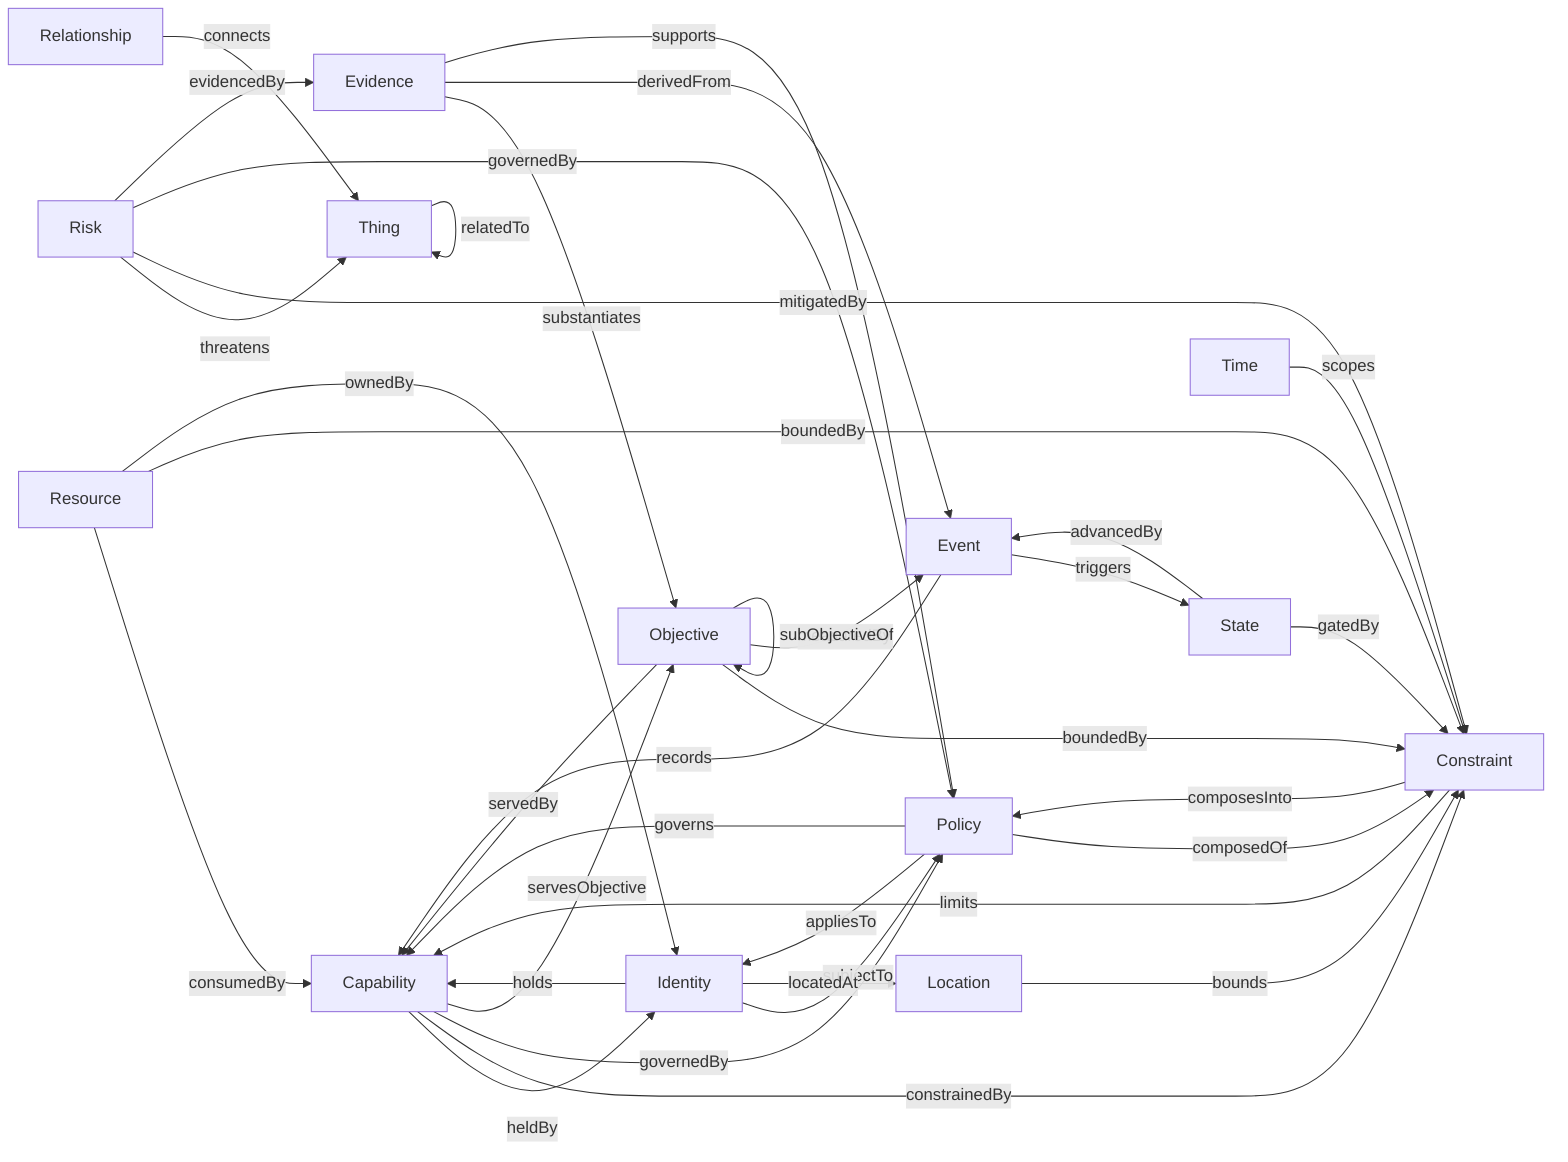
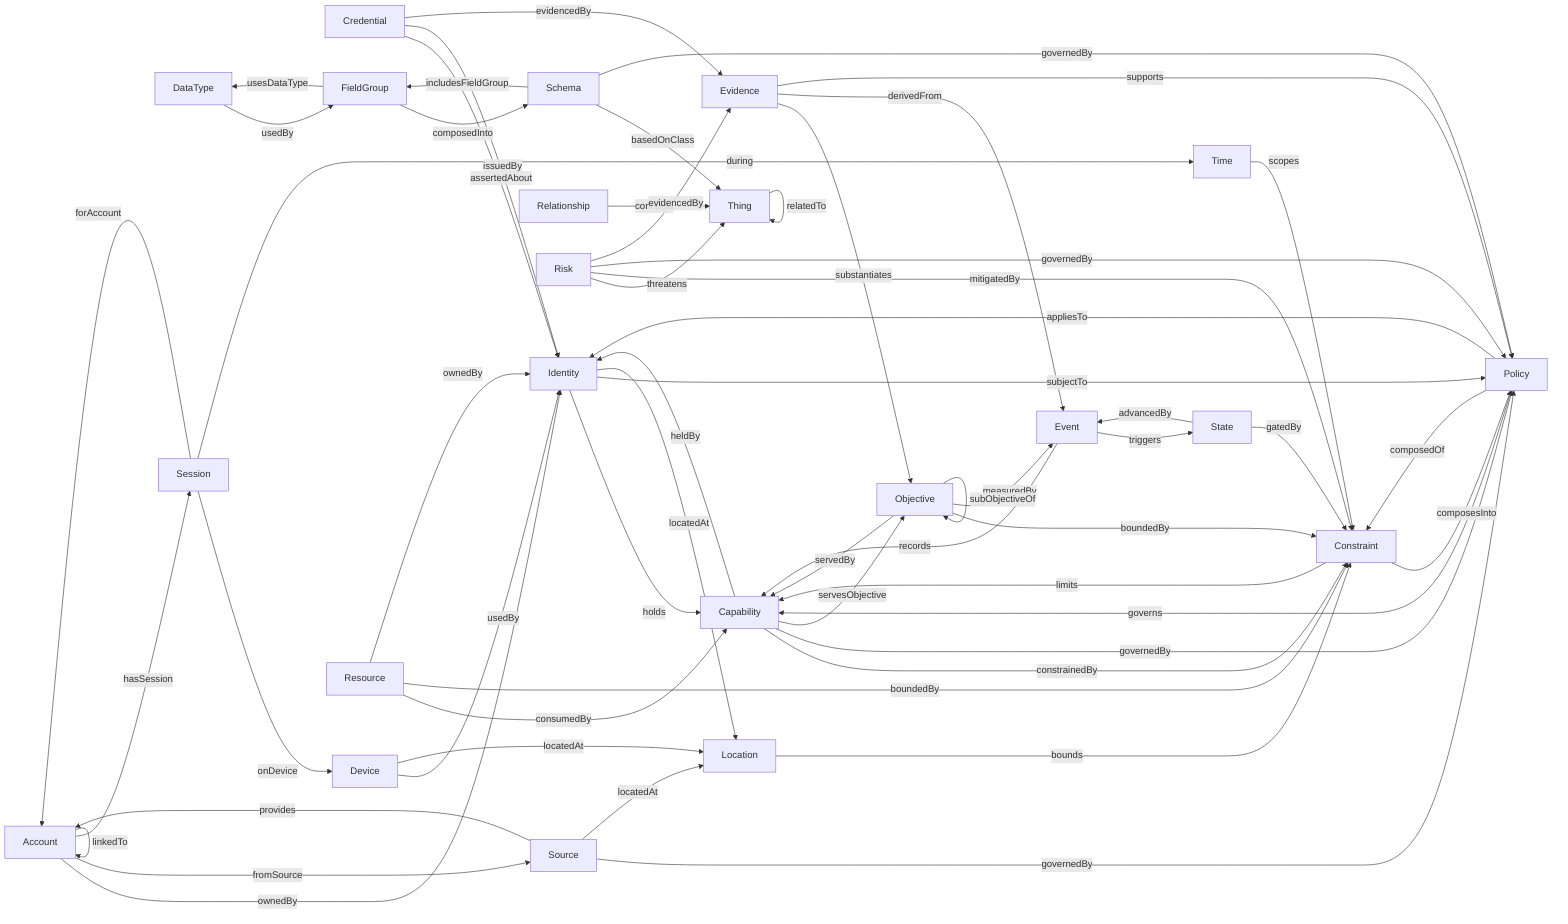
graph LR
+   Account -->|ownedBy| Identity
+   Account -->|fromSource| Source
+   Account -->|linkedTo| Account
+   Account -->|hasSession| Session
  Capability -->|heldBy| Identity
  Capability -->|constrainedBy| Constraint
  Capability -->|governedBy| Policy
  Capability -->|servesObjective| Objective
  Constraint -->|composesInto| Policy
  Constraint -->|limits| Capability
+   Credential -->|assertedAbout| Identity
+   Credential -->|issuedBy| Identity
+   Credential -->|evidencedBy| Evidence
+   DataType -->|usedBy| FieldGroup
+   Device -->|usedBy| Identity
+   Device -->|locatedAt| Location
  Event -->|records| Capability
  Event -->|triggers| State
  Evidence -->|substantiates| Objective
  Evidence -->|derivedFrom| Event
  Evidence -->|supports| Policy
+   FieldGroup -->|usesDataType| DataType
+   FieldGroup -->|composedInto| Schema
  Identity -->|holds| Capability
  Identity -->|subjectTo| Policy
  Identity -->|locatedAt| Location
  Location -->|bounds| Constraint
  Objective -->|servedBy| Capability
  Objective -->|boundedBy| Constraint
  Objective -->|measuredBy| Event
  Objective -->|subObjectiveOf| Objective
  Policy -->|composedOf| Constraint
  Policy -->|governs| Capability
  Policy -->|appliesTo| Identity
  Relationship -->|connects| Thing
  Resource -->|consumedBy| Capability
  Resource -->|boundedBy| Constraint
  Resource -->|ownedBy| Identity
  Risk -->|threatens| Thing
  Risk -->|mitigatedBy| Constraint
  Risk -->|governedBy| Policy
  Risk -->|evidencedBy| Evidence
+   Schema -->|basedOnClass| Thing
+   Schema -->|includesFieldGroup| FieldGroup
+   Schema -->|governedBy| Policy
+   Session -->|forAccount| Account
+   Session -->|onDevice| Device
+   Session -->|during| Time
+   Source -->|provides| Account
+   Source -->|governedBy| Policy
+   Source -->|locatedAt| Location
  State -->|advancedBy| Event
  State -->|gatedBy| Constraint
  Thing -->|relatedTo| Thing
  Time -->|scopes| Constraint
